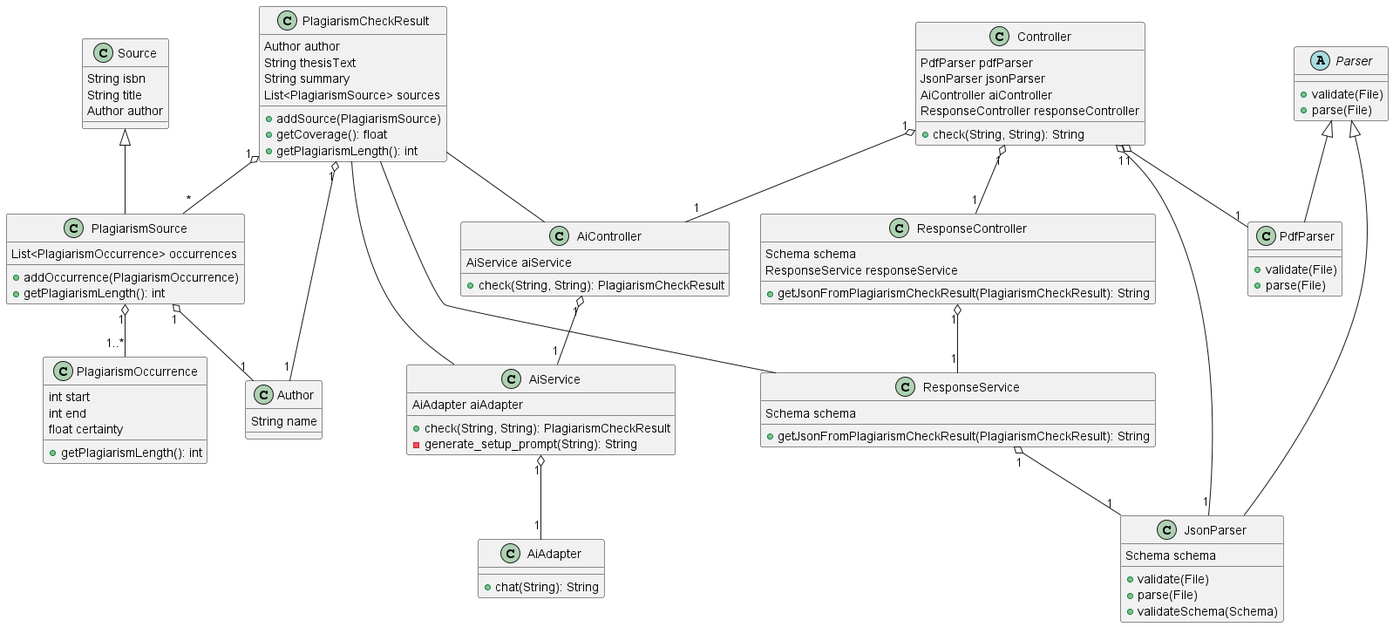
Before: images/diagrams/Klassendiagramm.png, a diagram exported from PlantUML (DHBW-FN/ti21-sweng2).
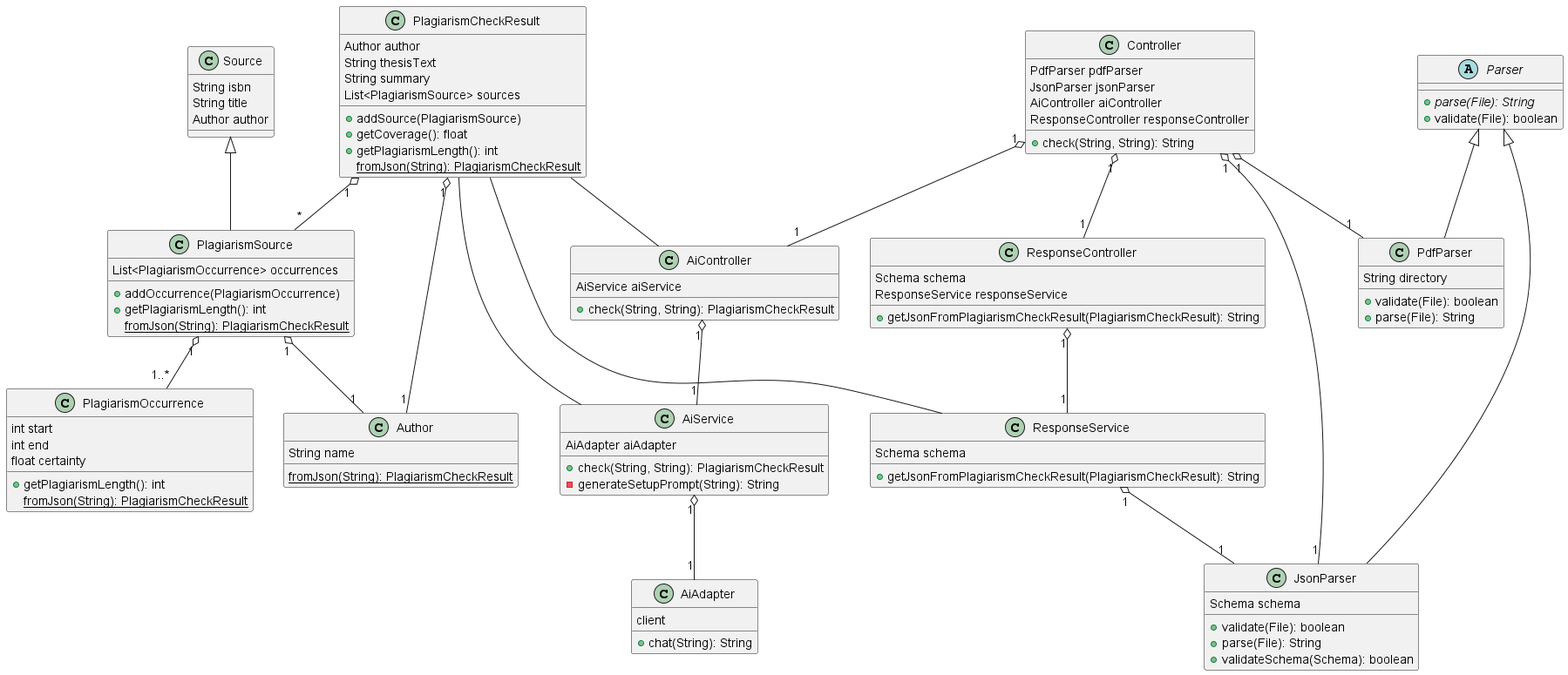
After the commit.

Commit message:
fix(diagrams): Apply changes from prototype

Diff of the diagram source:
```diff
@@ -7,12 +7,14 @@
     +addSource(PlagiarismSource)
     +getCoverage(): float
     +getPlagiarismLength(): int
+    {static} fromJson(String): PlagiarismCheckResult
 }
 
 class PlagiarismSource extends Source {
     List<PlagiarismOccurrence> occurrences
     +addOccurrence(PlagiarismOccurrence)
     +getPlagiarismLength(): int
+    {static} fromJson(String): PlagiarismCheckResult
 }
 
 class PlagiarismOccurrence {
@@ -20,10 +22,12 @@
     int end
     float certainty
     +getPlagiarismLength(): int
+    {static} fromJson(String): PlagiarismCheckResult
 }
 
 class Author {
     String name
+    {static} fromJson(String): PlagiarismCheckResult
 }
 
 class Source {
@@ -33,20 +37,21 @@
 }
 
 abstract class Parser {
-    +validate(File)
-    +parse(File)
+    {abstract} +parse(File): String
+    +validate(File): boolean
 }
 
 class PdfParser extends Parser {
-    +validate(File)
-    +parse(File)
+    String directory
+    +validate(File): boolean
+    +parse(File): String
 }
 
 class JsonParser extends Parser {
     Schema schema
-    +validate(File)
-    +parse(File)
-    +validateSchema(Schema)
+    +validate(File): boolean
+    +parse(File): String
+    +validateSchema(Schema): boolean
 }
 
 class Controller {
@@ -65,10 +70,11 @@
 class AiService {
     AiAdapter aiAdapter
     +check(String, String): PlagiarismCheckResult
-    -generate_setup_prompt(String): String
+    -generateSetupPrompt(String): String
 }
 
 class AiAdapter {
+    client
     +chat(String): String
 }
 
```
